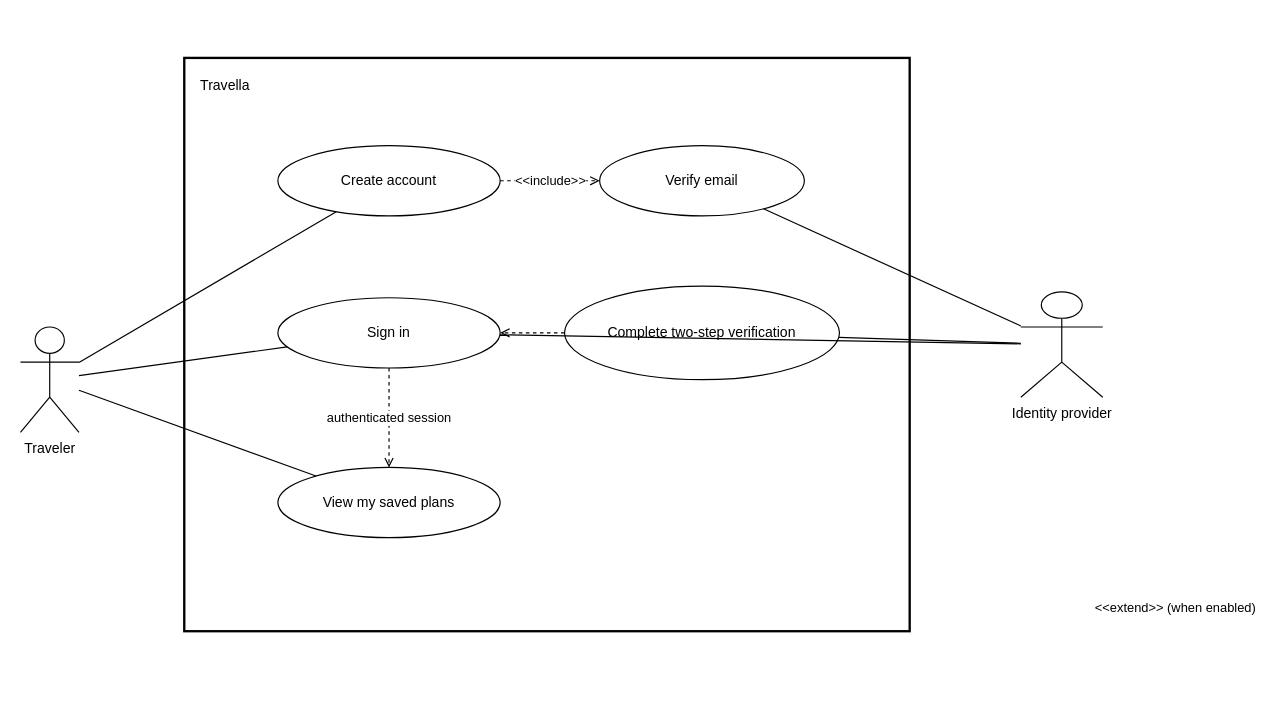
Before: docs/user-stories/login/login-use-case.drawio in Merthadam/travella, a draw.io diagram. Source tidied: cells renumbered, new cells numbered last; positions are measured from the earlier drawing's top-left corner, leaving out a move shared by most shapes. Both pictures are drawn from the tidied source at 117%, with x=0, y=0 at pixel (20, 57).
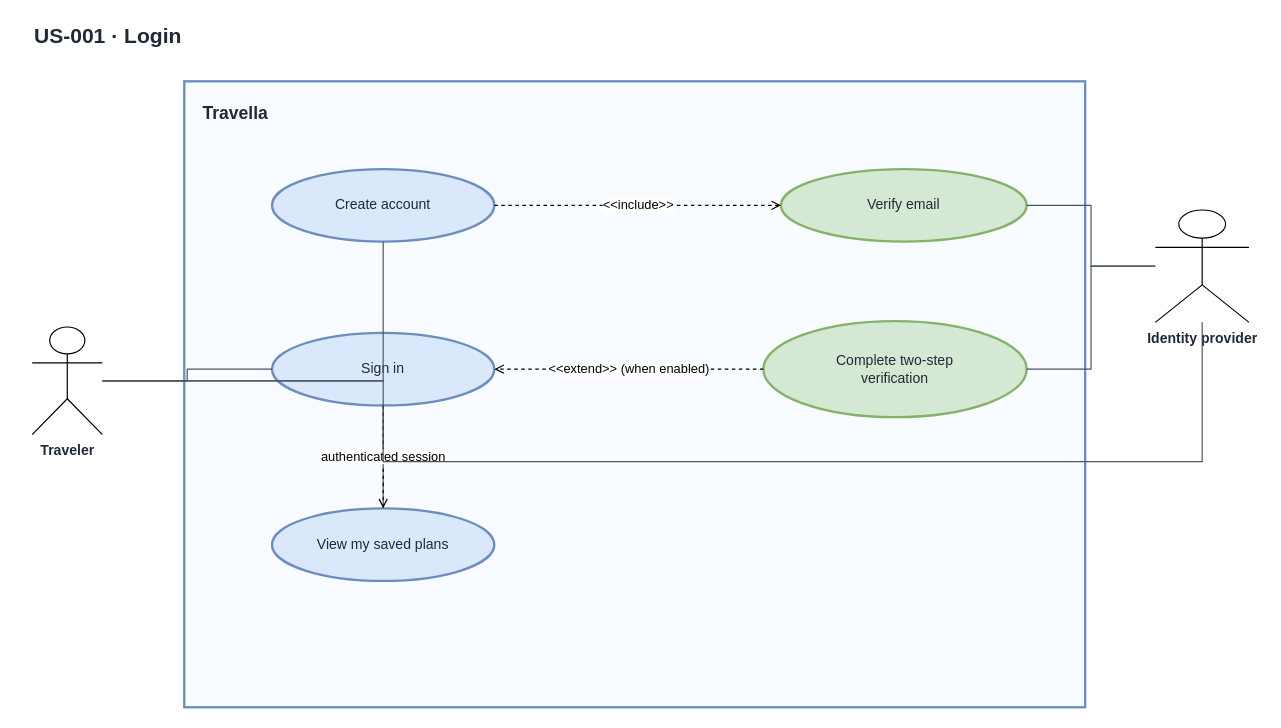
Above is the later version.

Commit message (it also covers changes not shown here):
Improve login diagrams

Diff of the diagram source:
```diff
@@
+    <mxCell id="19" value="US-001 · Login" style="text;html=1;align=left;verticalAlign=middle;fontSize=18;fontStyle=1;fontColor=#1f2937;" parent="1" vertex="1">
+      <mxGeometry x="10" y="-32" width="1050" height="28" as="geometry" />
+    </mxCell>
-    <mxCell id="2" value="Traveler" style="shape=umlActor;verticalLabelPosition=bottom;verticalAlign=top;html=1;" parent="1" vertex="1">
-      <mxGeometry y="230" width="50" height="90" as="geometry" />
+    <mxCell id="2" value="Traveler" style="shape=umlActor;verticalLabelPosition=bottom;verticalAlign=top;html=1;fontStyle=1;fontColor=#1f2937;" parent="1" vertex="1">
+      <mxGeometry x="10" y="230" width="60" height="92" as="geometry" />
     </mxCell>
-    <mxCell id="3" value="Travella" style="rounded=0;whiteSpace=wrap;html=1;strokeWidth=2;align=left;verticalAlign=top;spacingLeft=12;spacingTop=10;" parent="1" vertex="1">
-      <mxGeometry x="140" width="620" height="490" as="geometry" />
+    <mxCell id="3" value="Travella" style="rounded=0;whiteSpace=wrap;html=1;strokeWidth=2;strokeColor=#6c8ebf;fillColor=#f8fbff;align=left;verticalAlign=top;spacingLeft=14;spacingTop=12;fontStyle=1;fontSize=15;fontColor=#1f2937;" parent="1" vertex="1">
+      <mxGeometry x="140" y="20" width="770" height="535" as="geometry" />
     </mxCell>
-    <mxCell id="4" value="Create account" style="ellipse;whiteSpace=wrap;html=1;" parent="1" vertex="1">
-      <mxGeometry x="220" y="75" width="190" height="60" as="geometry" />
+    <mxCell id="4" value="Create account" style="ellipse;whiteSpace=wrap;html=1;fillColor=#dae8fc;strokeColor=#6c8ebf;strokeWidth=2;fontColor=#1f2937;" parent="1" vertex="1">
+      <mxGeometry x="215" y="95" width="190" height="62" as="geometry" />
     </mxCell>
-    <mxCell id="5" value="Verify email" style="ellipse;whiteSpace=wrap;html=1;" parent="1" vertex="1">
-      <mxGeometry x="495" y="75" width="175" height="60" as="geometry" />
+    <mxCell id="5" value="Verify email" style="ellipse;whiteSpace=wrap;html=1;fillColor=#d5e8d4;strokeColor=#82b366;strokeWidth=2;fontColor=#1f2937;" parent="1" vertex="1">
+      <mxGeometry x="650" y="95" width="210" height="62" as="geometry" />
     </mxCell>
-    <mxCell id="6" value="Sign in" style="ellipse;whiteSpace=wrap;html=1;" parent="1" vertex="1">
-      <mxGeometry x="220" y="205" width="190" height="60" as="geometry" />
+    <mxCell id="6" value="Sign in" style="ellipse;whiteSpace=wrap;html=1;fillColor=#dae8fc;strokeColor=#6c8ebf;strokeWidth=2;fontColor=#1f2937;" parent="1" vertex="1">
+      <mxGeometry x="215" y="235" width="190" height="62" as="geometry" />
     </mxCell>
-    <mxCell id="7" value="Complete two-step verification" style="ellipse;whiteSpace=wrap;html=1;" parent="1" vertex="1">
-      <mxGeometry x="465" y="195" width="235" height="80" as="geometry" />
+    <mxCell id="7" value="Complete two-step&lt;br&gt;verification" style="ellipse;whiteSpace=wrap;html=1;fillColor=#d5e8d4;strokeColor=#82b366;strokeWidth=2;fontColor=#1f2937;" parent="1" vertex="1">
+      <mxGeometry x="635" y="225" width="225" height="82" as="geometry" />
     </mxCell>
-    <mxCell id="8" value="View my saved plans" style="ellipse;whiteSpace=wrap;html=1;" parent="1" vertex="1">
-      <mxGeometry x="220" y="350" width="190" height="60" as="geometry" />
+    <mxCell id="8" value="View my saved plans" style="ellipse;whiteSpace=wrap;html=1;fillColor=#dae8fc;strokeColor=#6c8ebf;strokeWidth=2;fontColor=#1f2937;" parent="1" vertex="1">
+      <mxGeometry x="215" y="385" width="190" height="62" as="geometry" />
     </mxCell>
-    <mxCell id="9" value="Identity provider" style="shape=umlActor;verticalLabelPosition=bottom;verticalAlign=top;html=1;" parent="1" vertex="1">
-      <mxGeometry x="855" y="200" width="70" height="90" as="geometry" />
+    <mxCell id="9" value="Identity provider" style="shape=umlActor;verticalLabelPosition=bottom;verticalAlign=top;html=1;fontStyle=1;fontColor=#1f2937;" parent="1" vertex="1">
+      <mxGeometry x="970" y="130" width="80" height="96" as="geometry" />
     </mxCell>
-    <mxCell id="10" style="endArrow=none;html=1;rounded=0;" parent="1" edge="1" source="2" target="4">
+    <mxCell id="10" style="endArrow=none;html=1;rounded=0;edgeStyle=orthogonalEdgeStyle;strokeColor=#4b5563;" parent="1" edge="1" source="2" target="4">
       <mxGeometry relative="1" as="geometry" />
     </mxCell>
-    <mxCell id="11" style="endArrow=none;html=1;rounded=0;" parent="1" edge="1" source="2" target="6">
+    <mxCell id="11" style="endArrow=none;html=1;rounded=0;edgeStyle=orthogonalEdgeStyle;strokeColor=#4b5563;" parent="1" edge="1" source="2" target="6">
       <mxGeometry relative="1" as="geometry" />
     </mxCell>
-    <mxCell id="12" style="endArrow=none;html=1;rounded=0;" parent="1" edge="1" source="2" target="8">
+    <mxCell id="12" style="endArrow=none;html=1;rounded=0;edgeStyle=orthogonalEdgeStyle;strokeColor=#4b5563;" parent="1" edge="1" source="2" target="8">
       <mxGeometry relative="1" as="geometry" />
     </mxCell>
-    <mxCell id="13" value="&amp;lt;&amp;lt;include&amp;gt;&amp;gt;" style="endArrow=open;endFill=0;dashed=1;html=1;rounded=0;" parent="1" edge="1" source="4" target="5">
+    <mxCell id="13" value="&amp;lt;&amp;lt;include&amp;gt;&amp;gt;" style="endArrow=open;endFill=0;dashed=1;html=1;rounded=0;edgeStyle=orthogonalEdgeStyle;labelBackgroundColor=#ffffff;fontSize=11;" parent="1" edge="1" source="4" target="5">
       <mxGeometry relative="1" as="geometry" />
     </mxCell>
-    <mxCell id="14" value="&amp;lt;&amp;lt;extend&amp;gt;&amp;gt; (when enabled)" style="endArrow=open;endFill=0;dashed=1;html=1;rounded=0;" parent="1" edge="1" source="7" target="6">
-      <mxGeometry relative="1" as="geometry">
-        <mxPoint x="550" y="235" as="offset" />
-      </mxGeometry>
+    <mxCell id="14" value="&amp;lt;&amp;lt;extend&amp;gt;&amp;gt; (when enabled)" style="endArrow=open;endFill=0;dashed=1;html=1;rounded=0;edgeStyle=orthogonalEdgeStyle;labelBackgroundColor=#ffffff;fontSize=11;" parent="1" edge="1" source="7" target="6">
+      <mxGeometry relative="1" as="geometry" />
     </mxCell>
-    <mxCell id="15" value="authenticated session" style="endArrow=open;endFill=0;dashed=1;html=1;rounded=0;" parent="1" edge="1" source="6" target="8">
+    <mxCell id="15" value="authenticated session" style="endArrow=open;endFill=0;dashed=1;html=1;rounded=0;edgeStyle=orthogonalEdgeStyle;labelBackgroundColor=#ffffff;fontSize=11;" parent="1" edge="1" source="6" target="8">
       <mxGeometry relative="1" as="geometry" />
     </mxCell>
-    <mxCell id="16" style="endArrow=none;html=1;rounded=0;" parent="1" edge="1" source="9" target="5">
+    <mxCell id="16" style="endArrow=none;html=1;rounded=0;edgeStyle=orthogonalEdgeStyle;strokeColor=#4b5563;" parent="1" edge="1" source="9" target="5">
       <mxGeometry relative="1" as="geometry" />
     </mxCell>
-    <mxCell id="17" style="endArrow=none;html=1;rounded=0;" parent="1" edge="1" source="9" target="6">
-      <mxGeometry relative="1" as="geometry" />
+    <mxCell id="17" style="endArrow=none;html=1;rounded=0;edgeStyle=orthogonalEdgeStyle;strokeColor=#4b5563;" parent="1" edge="1" source="9" target="6">
+      <mxGeometry relative="1" as="geometry">
+        <Array as="points">
+          <mxPoint x="930" y="345" />
+          <mxPoint x="450" y="345" />
+        </Array>
+      </mxGeometry>
     </mxCell>
-    <mxCell id="18" style="endArrow=none;html=1;rounded=0;" parent="1" edge="1" source="9" target="7">
+    <mxCell id="18" style="endArrow=none;html=1;rounded=0;edgeStyle=orthogonalEdgeStyle;strokeColor=#4b5563;" parent="1" edge="1" source="9" target="7">
       <mxGeometry relative="1" as="geometry" />
     </mxCell>
```
